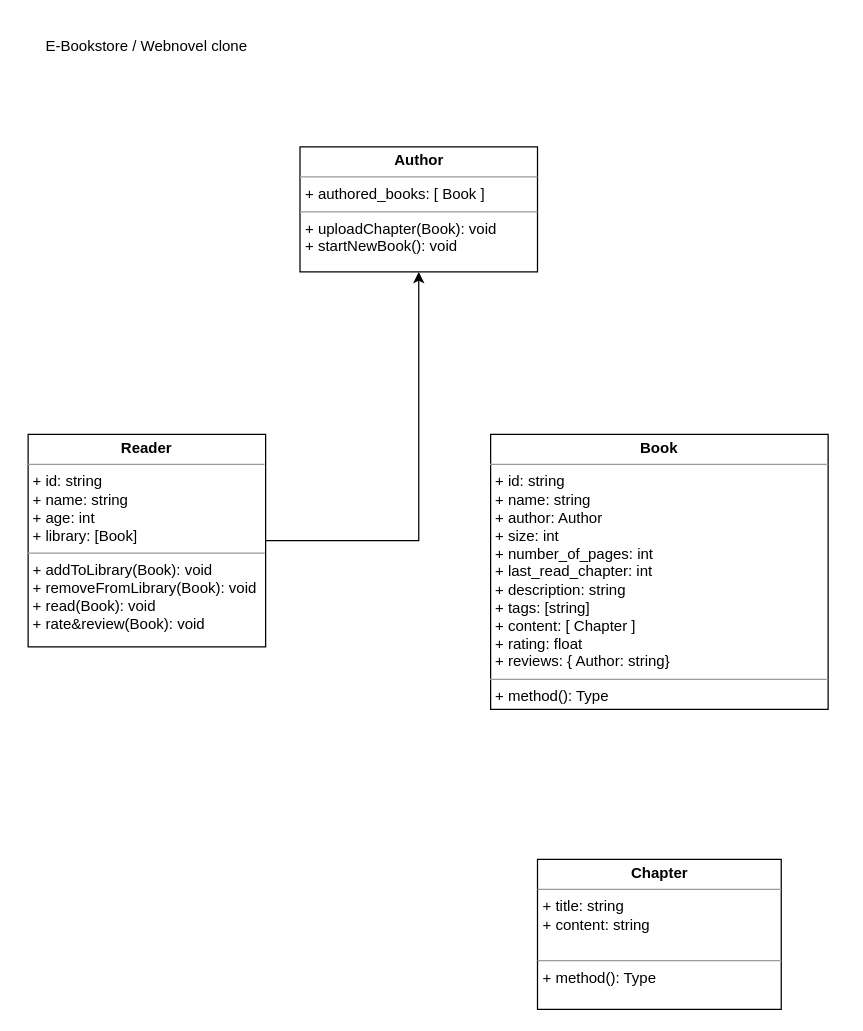
This is E-Bookstore_UML_Diagram.drawio from Amogh-Nivaskar/E-Bookstore, a draw.io file, before an edit. Source tidied: cells renumbered, new cells numbered last; positions are measured from the earlier drawing's top-left corner, leaving out a move shared by most shapes. Both pictures are drawn from the tidied source at 125%, with x=0, y=0 at pixel (21, 21).
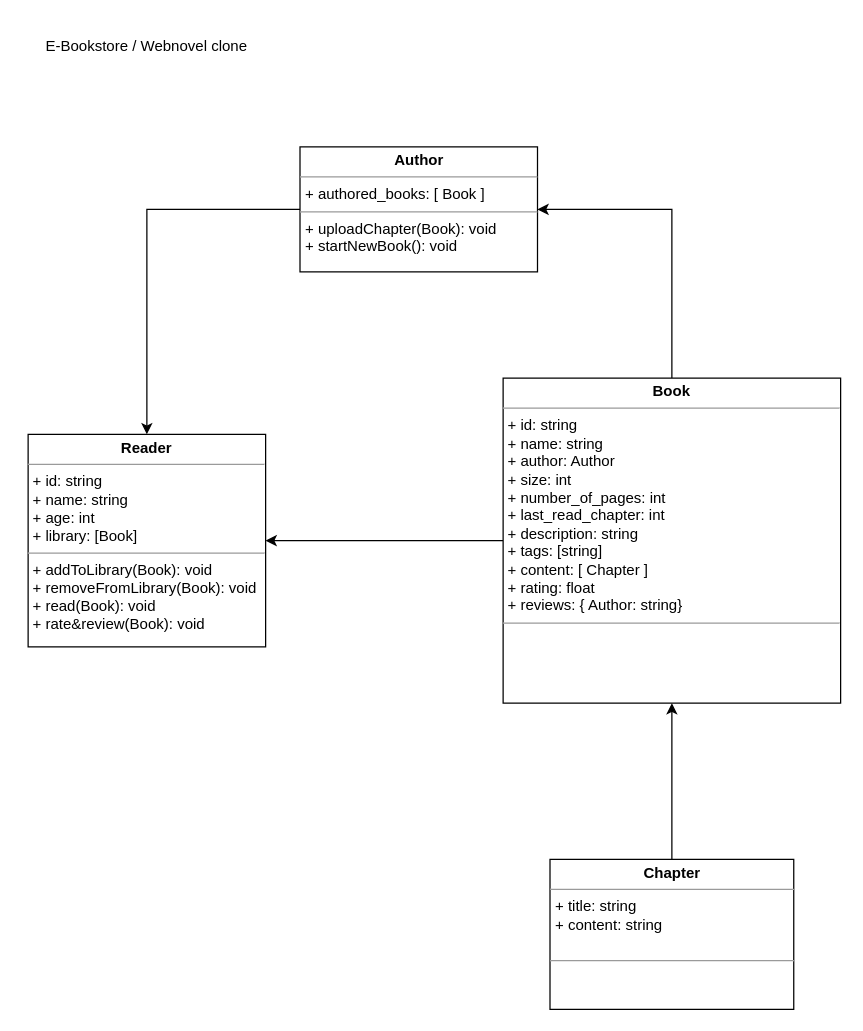
After the change.

Diff of the diagram source:
```diff
@@
 <mxGraphModel>
   <root>
     <mxCell id="0" />
     <mxCell id="1" parent="0" />
     <mxCell id="2" value="E-Bookstore / Webnovel clone" style="text;html=1;strokeColor=none;fillColor=none;align=center;verticalAlign=middle;whiteSpace=wrap;rounded=0;" parent="1" vertex="1">
       <mxGeometry width="200" height="40" as="geometry" />
     </mxCell>
-    <mxCell id="3" style="edgeStyle=orthogonalEdgeStyle;rounded=0;jettySize=auto;html=1;entryX=0.5;entryY=1;entryDx=0;entryDy=0;" parent="1" edge="1" source="4" target="7">
-      <mxGeometry relative="1" as="geometry" />
-    </mxCell>
     <mxCell id="4" value="&lt;p style=&quot;margin:0px;margin-top:4px;text-align:center;&quot;&gt;&lt;b&gt;Reader&lt;/b&gt;&lt;/p&gt;&lt;hr size=&quot;1&quot;&gt;&lt;p style=&quot;margin:0px;margin-left:4px;&quot;&gt;+ id: string&lt;/p&gt;&lt;p style=&quot;margin:0px;margin-left:4px;&quot;&gt;+ name: string&lt;/p&gt;&lt;p style=&quot;margin:0px;margin-left:4px;&quot;&gt;+ age: int&lt;/p&gt;&lt;p style=&quot;margin:0px;margin-left:4px;&quot;&gt;+ library: [Book]&lt;/p&gt;&lt;hr size=&quot;1&quot;&gt;&lt;p style=&quot;margin:0px;margin-left:4px;&quot;&gt;+ addToLibrary(Book): void&lt;/p&gt;&lt;p style=&quot;margin:0px;margin-left:4px;&quot;&gt;+ removeFromLibrary(Book): void&lt;/p&gt;&lt;p style=&quot;margin:0px;margin-left:4px;&quot;&gt;+ read(Book): void&lt;/p&gt;&lt;p style=&quot;margin:0px;margin-left:4px;&quot;&gt;+ rate&amp;amp;review(Book): void&lt;/p&gt;" style="verticalAlign=top;align=left;overflow=fill;fontSize=12;fontFamily=Helvetica;html=1;whiteSpace=wrap;" parent="1" vertex="1">
       <mxGeometry x="5" y="330" width="190" height="170" as="geometry" />
     </mxCell>
+    <mxCell id="8" style="edgeStyle=orthogonalEdgeStyle;rounded=0;jettySize=auto;html=1;exitX=0;exitY=0.5;exitDx=0;exitDy=0;" parent="1" edge="1" source="5" target="4">
+      <mxGeometry relative="1" as="geometry" />
+    </mxCell>
+    <mxCell id="9" style="edgeStyle=orthogonalEdgeStyle;rounded=0;jettySize=auto;html=1;entryX=1;entryY=0.5;entryDx=0;entryDy=0;" parent="1" edge="1" source="5" target="7">
+      <mxGeometry relative="1" as="geometry" />
+    </mxCell>
-    <mxCell id="5" value="&lt;p style=&quot;margin:0px;margin-top:4px;text-align:center;&quot;&gt;&lt;b&gt;Book&lt;/b&gt;&lt;/p&gt;&lt;hr size=&quot;1&quot;&gt;&lt;p style=&quot;margin:0px;margin-left:4px;&quot;&gt;+ id: string&lt;/p&gt;&lt;p style=&quot;margin:0px;margin-left:4px;&quot;&gt;+ name: string&lt;/p&gt;&lt;p style=&quot;margin:0px;margin-left:4px;&quot;&gt;+ author: Author&lt;/p&gt;&lt;p style=&quot;margin:0px;margin-left:4px;&quot;&gt;+ size: int&lt;/p&gt;&lt;p style=&quot;margin:0px;margin-left:4px;&quot;&gt;+ number_of_pages: int&lt;/p&gt;&lt;p style=&quot;margin:0px;margin-left:4px;&quot;&gt;+ last_read_chapter: int&lt;/p&gt;&lt;p style=&quot;margin:0px;margin-left:4px;&quot;&gt;+ description: string&lt;/p&gt;&lt;p style=&quot;margin:0px;margin-left:4px;&quot;&gt;+ tags: [string]&lt;/p&gt;&lt;p style=&quot;margin:0px;margin-left:4px;&quot;&gt;+ content: [ Chapter ]&lt;/p&gt;&lt;p style=&quot;margin:0px;margin-left:4px;&quot;&gt;+ rating: float&lt;/p&gt;&lt;p style=&quot;margin:0px;margin-left:4px;&quot;&gt;+ reviews: { Author: string}&lt;/p&gt;&lt;hr size=&quot;1&quot;&gt;&lt;p style=&quot;margin:0px;margin-left:4px;&quot;&gt;+ method(): Type&lt;/p&gt;" style="verticalAlign=top;align=left;overflow=fill;fontSize=12;fontFamily=Helvetica;html=1;whiteSpace=wrap;" parent="1" vertex="1">
-      <mxGeometry x="375" y="330" width="270" height="220" as="geometry" />
+    <mxCell id="5" value="&lt;p style=&quot;margin:0px;margin-top:4px;text-align:center;&quot;&gt;&lt;b&gt;Book&lt;/b&gt;&lt;/p&gt;&lt;hr size=&quot;1&quot;&gt;&lt;p style=&quot;margin:0px;margin-left:4px;&quot;&gt;+ id: string&lt;/p&gt;&lt;p style=&quot;margin:0px;margin-left:4px;&quot;&gt;+ name: string&lt;/p&gt;&lt;p style=&quot;margin:0px;margin-left:4px;&quot;&gt;+ author: Author&lt;/p&gt;&lt;p style=&quot;margin:0px;margin-left:4px;&quot;&gt;+ size: int&lt;/p&gt;&lt;p style=&quot;margin:0px;margin-left:4px;&quot;&gt;+ number_of_pages: int&lt;/p&gt;&lt;p style=&quot;margin:0px;margin-left:4px;&quot;&gt;+ last_read_chapter: int&lt;/p&gt;&lt;p style=&quot;margin:0px;margin-left:4px;&quot;&gt;+ description: string&lt;/p&gt;&lt;p style=&quot;margin:0px;margin-left:4px;&quot;&gt;+ tags: [string]&lt;/p&gt;&lt;p style=&quot;margin:0px;margin-left:4px;&quot;&gt;+ content: [ Chapter ]&lt;/p&gt;&lt;p style=&quot;margin:0px;margin-left:4px;&quot;&gt;+ rating: float&lt;/p&gt;&lt;p style=&quot;margin:0px;margin-left:4px;&quot;&gt;+ reviews: { Author: string}&lt;/p&gt;&lt;hr size=&quot;1&quot;&gt;&lt;p style=&quot;margin:0px;margin-left:4px;&quot;&gt;&lt;br&gt;&lt;/p&gt;" style="verticalAlign=top;align=left;overflow=fill;fontSize=12;fontFamily=Helvetica;html=1;whiteSpace=wrap;" parent="1" vertex="1">
+      <mxGeometry x="385" y="285" width="270" height="260" as="geometry" />
     </mxCell>
+    <mxCell id="10" style="edgeStyle=orthogonalEdgeStyle;rounded=0;jettySize=auto;html=1;entryX=0.5;entryY=1;entryDx=0;entryDy=0;" parent="1" edge="1" source="6" target="5">
+      <mxGeometry relative="1" as="geometry" />
+    </mxCell>
-    <mxCell id="6" value="&lt;p style=&quot;margin:0px;margin-top:4px;text-align:center;&quot;&gt;&lt;b&gt;Chapter&lt;/b&gt;&lt;/p&gt;&lt;hr size=&quot;1&quot;&gt;&lt;p style=&quot;margin:0px;margin-left:4px;&quot;&gt;+ title: string&lt;/p&gt;&lt;p style=&quot;margin:0px;margin-left:4px;&quot;&gt;+ content: string&lt;/p&gt;&lt;p style=&quot;margin:0px;margin-left:4px;&quot;&gt;&lt;br&gt;&lt;/p&gt;&lt;hr size=&quot;1&quot;&gt;&lt;p style=&quot;margin:0px;margin-left:4px;&quot;&gt;+ method(): Type&lt;/p&gt;" style="verticalAlign=top;align=left;overflow=fill;fontSize=12;fontFamily=Helvetica;html=1;whiteSpace=wrap;" parent="1" vertex="1">
-      <mxGeometry x="412.5" y="670" width="195" height="120" as="geometry" />
+    <mxCell id="6" value="&lt;p style=&quot;margin:0px;margin-top:4px;text-align:center;&quot;&gt;&lt;b&gt;Chapter&lt;/b&gt;&lt;/p&gt;&lt;hr size=&quot;1&quot;&gt;&lt;p style=&quot;margin:0px;margin-left:4px;&quot;&gt;+ title: string&lt;/p&gt;&lt;p style=&quot;margin:0px;margin-left:4px;&quot;&gt;+ content: string&lt;/p&gt;&lt;p style=&quot;margin:0px;margin-left:4px;&quot;&gt;&lt;br&gt;&lt;/p&gt;&lt;hr size=&quot;1&quot;&gt;&lt;p style=&quot;margin:0px;margin-left:4px;&quot;&gt;&lt;br&gt;&lt;/p&gt;" style="verticalAlign=top;align=left;overflow=fill;fontSize=12;fontFamily=Helvetica;html=1;whiteSpace=wrap;" parent="1" vertex="1">
+      <mxGeometry x="422.5" y="670" width="195" height="120" as="geometry" />
     </mxCell>
+    <mxCell id="11" style="edgeStyle=orthogonalEdgeStyle;rounded=0;jettySize=auto;html=1;entryX=0.5;entryY=0;entryDx=0;entryDy=0;" parent="1" edge="1" source="7" target="4">
+      <mxGeometry relative="1" as="geometry" />
+    </mxCell>
     <mxCell id="7" value="&lt;p style=&quot;margin:0px;margin-top:4px;text-align:center;&quot;&gt;&lt;b&gt;Author&lt;/b&gt;&lt;/p&gt;&lt;hr size=&quot;1&quot;&gt;&lt;p style=&quot;margin:0px;margin-left:4px;&quot;&gt;&lt;span style=&quot;background-color: initial;&quot;&gt;+ authored_books: [ Book ]&lt;/span&gt;&lt;br&gt;&lt;/p&gt;&lt;hr size=&quot;1&quot;&gt;&lt;p style=&quot;margin:0px;margin-left:4px;&quot;&gt;+ uploadChapter(Book): void&amp;nbsp;&lt;/p&gt;&lt;p style=&quot;margin:0px;margin-left:4px;&quot;&gt;+ startNewBook(): void&lt;/p&gt;" style="verticalAlign=top;align=left;overflow=fill;fontSize=12;fontFamily=Helvetica;html=1;whiteSpace=wrap;" parent="1" vertex="1">
       <mxGeometry x="222.5" y="100" width="190" height="100" as="geometry" />
     </mxCell>
   </root>
 </mxGraphModel>
```
